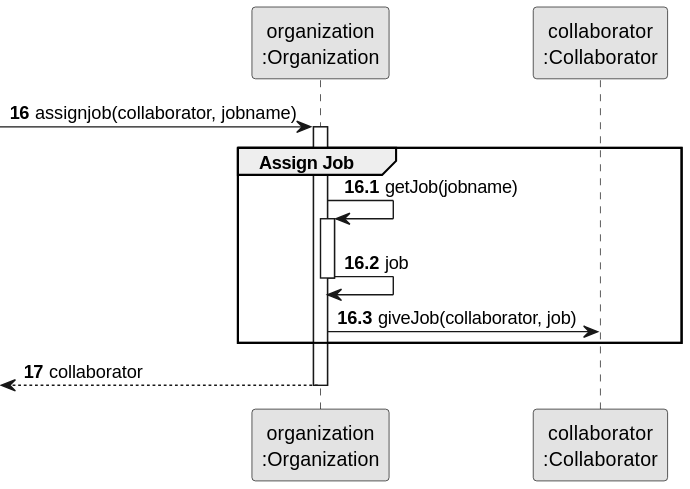
This is docs/sprint2/us003/03.design/svg/us003-sequence-diagram-partial-assign-job.svg from tiagosoa/lei-24-s2-1dgh-g073, a PlantUML export, as it was before one commit.
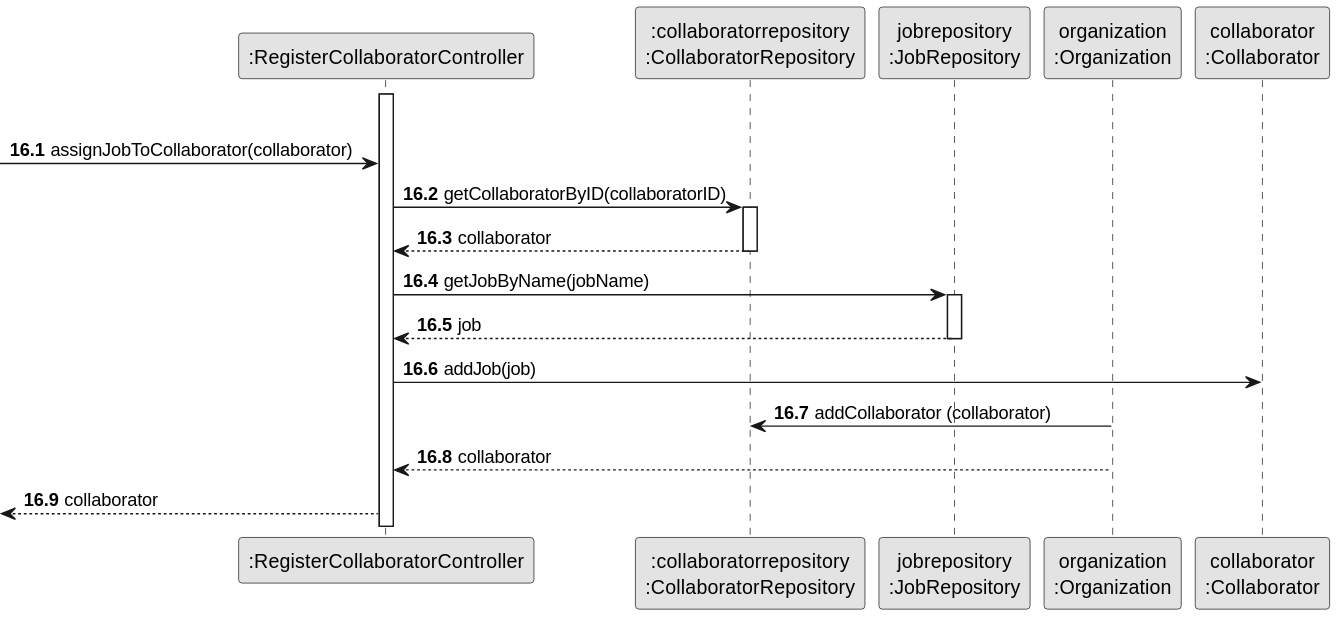
Above is the later version.

The edit, as a diff of the source:
```diff
@@ -3,30 +3,54 @@
 skinparam packageStyle rectangle
 skinparam shadowing false
 
+participant ":RegisterCollaboratorController" as CTRL
+participant ":collaboratorrepository\n:CollaboratorRepository" as CR
+participant "jobrepository\n:JobRepository" as JR
 participant "organization\n:Organization" as ORG
 participant "collaborator\n:Collaborator" as COLABORADOR
 
+
 autonumber 16
--> ORG: assignjob(collaborator, jobname)
 
 autonumber 16.1
-activate ORG
+activate CTRL
 
     group Assign Job
 
+                        -> CTRL: assignJobToCollaborator(collaborator)
 
-        ORG -> ORG: getJob(jobname)
-        activate ORG
-        ORG -> ORG: job
-        deactivate ORG
+                        CTRL -> CR: getCollaboratorByID(collaboratorID)
+                        activate CR
+
+                        CR --> CTRL: collaborator
+                        deactivate CR
+
+                        CTRL -> JR: getJobByName(jobName)
+                        activate JR
+
+                        JR --> CTRL: job
+                        deactivate JR
+
+                        CTRL -> COLABORADOR: addJob(job)
+
+                       ORG -> CR : addCollaborator (collaborator)
 
 
 
-        ORG -> COLABORADOR: giveJob(collaborator, job)
 
-    end
+                       ORG --> CTRL: collaborator
 
-    autonumber 17
-    <-- ORG : collaborator
+                       deactivate ORG
+
+
+
+
+
+
+
+            deactivate ORG
+
+            <-- CTRL: collaborator
+
 deactivate ORG
 @enduml
```
